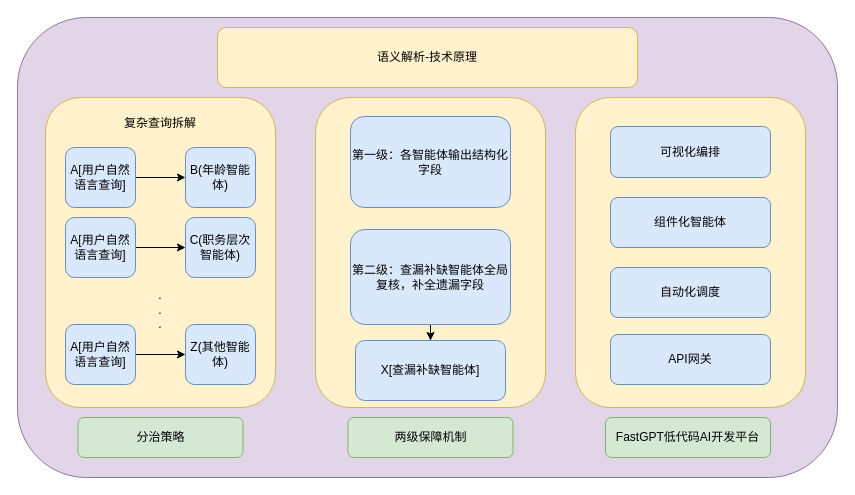
dongtianshuo/dongtianshuo5 keeps this draw.io diagram as ppt1.drawio. Above is the earlier version. Source tidied: cells renumbered, new cells numbered last; positions are measured from the earlier drawing's top-left corner, leaving out a move shared by most shapes. Both pictures are drawn from the tidied source at 100%, with x=0, y=0 at pixel (17, 17).
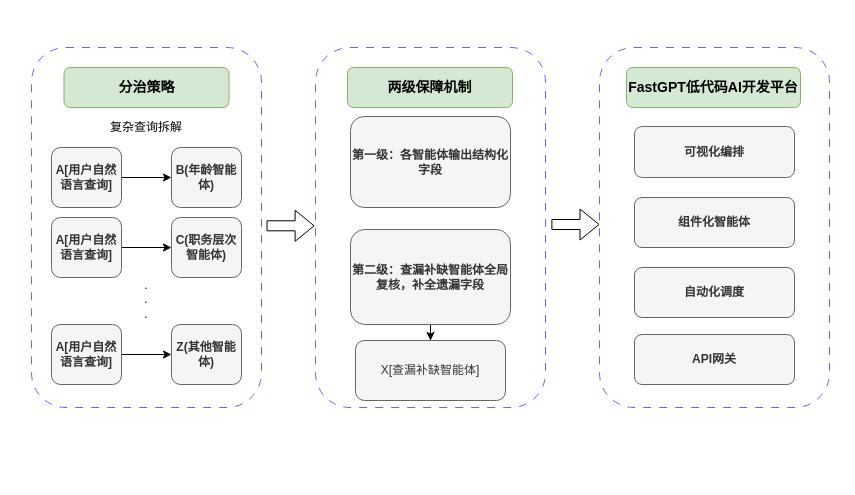
The same diagram, later.

The edit, as a diff of the source:
```diff
@@
-    <mxCell id="2" style="rounded=1;whiteSpace=wrap;html=1;fillColor=#e1d5e7;strokeColor=#9673a6;" parent="1" vertex="1">
-      <mxGeometry width="820" height="460" as="geometry" />
-    </mxCell>
-    <mxCell id="3" value="&lt;div&gt;复杂查询拆解&lt;/div&gt;&lt;div&gt;&lt;br&gt;&lt;/div&gt;&lt;div&gt;&lt;br&gt;&lt;/div&gt;&lt;div&gt;&lt;br&gt;&lt;/div&gt;&lt;div&gt;&lt;br&gt;&lt;/div&gt;&lt;div&gt;&lt;br&gt;&lt;/div&gt;&lt;div&gt;&lt;br&gt;&lt;/div&gt;&lt;div&gt;&lt;br&gt;&lt;/div&gt;&lt;div&gt;&lt;br&gt;&lt;/div&gt;&lt;div&gt;&lt;br&gt;&lt;/div&gt;&lt;div&gt;&lt;br&gt;&lt;/div&gt;&lt;div&gt;&lt;br&gt;&lt;/div&gt;&lt;div&gt;.&lt;/div&gt;&lt;div&gt;.&lt;/div&gt;&lt;div&gt;.&lt;/div&gt;&lt;div&gt;&lt;br&gt;&lt;/div&gt;&lt;div&gt;&lt;br&gt;&lt;/div&gt;&lt;div&gt;&lt;br&gt;&lt;/div&gt;&lt;div&gt;&lt;br&gt;&lt;/div&gt;" style="rounded=1;whiteSpace=wrap;html=1;fillColor=#fff2cc;strokeColor=#d6b656;" parent="1" vertex="1">
-      <mxGeometry x="28" y="80" width="230" height="310" as="geometry" />
+    <mxCell id="3" value="&lt;div&gt;复杂查询拆解&lt;/div&gt;&lt;div&gt;&lt;br&gt;&lt;/div&gt;&lt;div&gt;&lt;br&gt;&lt;/div&gt;&lt;div&gt;&lt;br&gt;&lt;/div&gt;&lt;div&gt;&lt;br&gt;&lt;/div&gt;&lt;div&gt;&lt;br&gt;&lt;/div&gt;&lt;div&gt;&lt;br&gt;&lt;/div&gt;&lt;div&gt;&lt;br&gt;&lt;/div&gt;&lt;div&gt;&lt;br&gt;&lt;/div&gt;&lt;div&gt;&lt;br&gt;&lt;/div&gt;&lt;div&gt;&lt;br&gt;&lt;/div&gt;&lt;div&gt;.&lt;/div&gt;&lt;div&gt;.&lt;/div&gt;&lt;div&gt;.&lt;/div&gt;&lt;div&gt;&lt;br&gt;&lt;/div&gt;" style="rounded=1;whiteSpace=wrap;html=1;fillColor=none;strokeColor=#6666FF;dashed=1;dashPattern=8 8;" parent="1" vertex="1">
+      <mxGeometry x="14" y="30" width="230" height="360" as="geometry" />
     </mxCell>
@@
-    <mxCell id="5" value="A[用户自然语言查询]" style="rounded=1;whiteSpace=wrap;html=1;fillColor=#dae8fc;strokeColor=#6c8ebf;" parent="1" vertex="1">
-      <mxGeometry x="48" y="130" width="70" height="60" as="geometry" />
+    <mxCell id="5" value="&lt;b&gt;A[用户自然语言查询]&lt;/b&gt;" style="rounded=1;whiteSpace=wrap;html=1;fillColor=#f5f5f5;strokeColor=#666666;fontColor=#333333;" parent="1" vertex="1">
+      <mxGeometry x="34" y="130" width="70" height="60" as="geometry" />
     </mxCell>
-    <mxCell id="6" value="B(年龄智能体)" style="whiteSpace=wrap;html=1;rounded=1;fillColor=#dae8fc;strokeColor=#6c8ebf;" parent="1" vertex="1">
-      <mxGeometry x="168" y="130" width="70" height="60" as="geometry" />
+    <mxCell id="6" value="&lt;b&gt;B(年龄智能体)&lt;/b&gt;" style="whiteSpace=wrap;html=1;rounded=1;fillColor=#f5f5f5;strokeColor=#666666;fontColor=#333333;" parent="1" vertex="1">
+      <mxGeometry x="154" y="130" width="70" height="60" as="geometry" />
     </mxCell>
@@
-    <mxCell id="8" value="A[用户自然语言查询]" style="rounded=1;whiteSpace=wrap;html=1;fillColor=#dae8fc;strokeColor=#6c8ebf;" parent="1" vertex="1">
-      <mxGeometry x="48" y="200" width="70" height="60" as="geometry" />
+    <mxCell id="8" value="&lt;b&gt;A[用户自然语言查询]&lt;/b&gt;" style="rounded=1;whiteSpace=wrap;html=1;fillColor=#f5f5f5;strokeColor=#666666;fontColor=#333333;" parent="1" vertex="1">
+      <mxGeometry x="34" y="200" width="70" height="60" as="geometry" />
     </mxCell>
-    <mxCell id="9" value="C(职务层次智能体)" style="whiteSpace=wrap;html=1;rounded=1;fillColor=#dae8fc;strokeColor=#6c8ebf;" parent="1" vertex="1">
-      <mxGeometry x="168" y="200" width="70" height="60" as="geometry" />
+    <mxCell id="9" value="&lt;b&gt;C(职务层次智能体)&lt;/b&gt;" style="whiteSpace=wrap;html=1;rounded=1;fillColor=#f5f5f5;strokeColor=#666666;fontColor=#333333;" parent="1" vertex="1">
+      <mxGeometry x="154" y="200" width="70" height="60" as="geometry" />
     </mxCell>
@@
-    <mxCell id="11" value="A[用户自然语言查询]" style="rounded=1;whiteSpace=wrap;html=1;fillColor=#dae8fc;strokeColor=#6c8ebf;" parent="1" vertex="1">
-      <mxGeometry x="48" y="307" width="70" height="60" as="geometry" />
+    <mxCell id="11" value="&lt;b&gt;A[用户自然语言查询]&lt;/b&gt;" style="rounded=1;whiteSpace=wrap;html=1;fillColor=#f5f5f5;strokeColor=#666666;fontColor=#333333;" parent="1" vertex="1">
+      <mxGeometry x="34" y="307" width="70" height="60" as="geometry" />
     </mxCell>
-    <mxCell id="12" value="Z(其他智能体)" style="whiteSpace=wrap;html=1;rounded=1;fillColor=#dae8fc;strokeColor=#6c8ebf;" parent="1" vertex="1">
-      <mxGeometry x="168" y="307" width="70" height="60" as="geometry" />
+    <mxCell id="12" value="&lt;b&gt;Z(其他智能体)&lt;/b&gt;" style="whiteSpace=wrap;html=1;rounded=1;fillColor=#f5f5f5;strokeColor=#666666;fontColor=#333333;" parent="1" vertex="1">
+      <mxGeometry x="154" y="307" width="70" height="60" as="geometry" />
     </mxCell>
-    <mxCell id="13" value="语义解析-技术原理" style="rounded=1;whiteSpace=wrap;html=1;fillColor=#fff2cc;strokeColor=#d6b656;" parent="1" vertex="1">
-      <mxGeometry x="200" y="10" width="420" height="60" as="geometry" />
-    </mxCell>
-    <mxCell id="14" value="分治策略" style="rounded=1;whiteSpace=wrap;html=1;fillColor=#d5e8d4;strokeColor=#82b366;" parent="1" vertex="1">
-      <mxGeometry x="60.5" y="400" width="165" height="40" as="geometry" />
+    <mxCell id="14" value="&lt;b&gt;&lt;font style=&quot;font-size: 14px;&quot;&gt;分治策略&lt;/font&gt;&lt;/b&gt;" style="rounded=1;whiteSpace=wrap;html=1;fillColor=#d5e8d4;strokeColor=#82b366;" parent="1" vertex="1">
+      <mxGeometry x="46.5" y="50" width="165" height="40" as="geometry" />
     </mxCell>
-    <mxCell id="15" style="rounded=1;whiteSpace=wrap;html=1;fillColor=#fff2cc;strokeColor=#d6b656;" parent="1" vertex="1">
-      <mxGeometry x="298" y="80" width="230" height="310" as="geometry" />
+    <mxCell id="15" style="rounded=1;whiteSpace=wrap;html=1;fillColor=none;strokeColor=#6666FF;dashed=1;dashPattern=8 8;" parent="1" vertex="1">
+      <mxGeometry x="298" y="30" width="230" height="360" as="geometry" />
     </mxCell>
-    <mxCell id="16" value="第一级：各智能体输出结构化字段" style="rounded=1;whiteSpace=wrap;html=1;fillColor=#dae8fc;strokeColor=#6c8ebf;" parent="1" vertex="1">
+    <mxCell id="16" value="&lt;b&gt;第一级：各智能体输出结构化字段&lt;/b&gt;" style="rounded=1;whiteSpace=wrap;html=1;fillColor=#f5f5f5;strokeColor=#666666;fontColor=#333333;" parent="1" vertex="1">
       <mxGeometry x="333" y="99" width="160" height="91" as="geometry" />
     </mxCell>
@@
-    <mxCell id="18" value="第二级：查漏补缺智能体全局复核，补全遗漏字段" style="rounded=1;whiteSpace=wrap;html=1;fillColor=#dae8fc;strokeColor=#6c8ebf;" parent="1" vertex="1">
+    <mxCell id="18" value="&lt;b&gt;第二级：查漏补缺智能体全局复核，补全遗漏字段&lt;/b&gt;" style="rounded=1;whiteSpace=wrap;html=1;fillColor=#f5f5f5;strokeColor=#666666;fontColor=#333333;" parent="1" vertex="1">
       <mxGeometry x="333" y="212" width="160" height="95" as="geometry" />
     </mxCell>
-    <mxCell id="19" value="X[查漏补缺智能体]" style="whiteSpace=wrap;html=1;rounded=1;fillColor=#dae8fc;strokeColor=#6c8ebf;" parent="1" vertex="1">
+    <mxCell id="19" value="X[查漏补缺智能体]" style="whiteSpace=wrap;html=1;rounded=1;fillColor=#f5f5f5;strokeColor=#666666;fontColor=#333333;" parent="1" vertex="1">
       <mxGeometry x="338" y="323" width="150" height="60" as="geometry" />
     </mxCell>
-    <mxCell id="20" value="两级保障机制" style="rounded=1;whiteSpace=wrap;html=1;fillColor=#d5e8d4;strokeColor=#82b366;" parent="1" vertex="1">
-      <mxGeometry x="330.5" y="400" width="165" height="40" as="geometry" />
+    <mxCell id="20" value="&lt;b&gt;&lt;font style=&quot;font-size: 14px;&quot;&gt;两级保障机制&lt;/font&gt;&lt;/b&gt;" style="rounded=1;whiteSpace=wrap;html=1;fillColor=#d5e8d4;strokeColor=#82b366;" parent="1" vertex="1">
+      <mxGeometry x="330" y="50" width="165" height="40" as="geometry" />
     </mxCell>
-    <mxCell id="21" style="rounded=1;whiteSpace=wrap;html=1;fillColor=#fff2cc;strokeColor=#d6b656;" parent="1" vertex="1">
-      <mxGeometry x="558" y="80" width="230" height="310" as="geometry" />
+    <mxCell id="21" style="rounded=1;whiteSpace=wrap;html=1;fillColor=none;strokeColor=#6666FF;dashed=1;dashPattern=8 8;" parent="1" vertex="1">
+      <mxGeometry x="582" y="30" width="230" height="360" as="geometry" />
     </mxCell>
-    <mxCell id="22" value="可视化编排" style="rounded=1;whiteSpace=wrap;html=1;fillColor=#dae8fc;strokeColor=#6c8ebf;" parent="1" vertex="1">
-      <mxGeometry x="593" y="109" width="160" height="51" as="geometry" />
+    <mxCell id="22" value="&lt;b&gt;可视化编排&lt;/b&gt;" style="rounded=1;whiteSpace=wrap;html=1;fillColor=#f5f5f5;strokeColor=#666666;fontColor=#333333;" parent="1" vertex="1">
+      <mxGeometry x="617" y="109" width="160" height="51" as="geometry" />
     </mxCell>
-    <mxCell id="23" value="组件化智能体" style="rounded=1;whiteSpace=wrap;html=1;fillColor=#dae8fc;strokeColor=#6c8ebf;" parent="1" vertex="1">
-      <mxGeometry x="593" y="180" width="160" height="50" as="geometry" />
+    <mxCell id="23" value="&lt;b&gt;组件化智能体&lt;/b&gt;" style="rounded=1;whiteSpace=wrap;html=1;fillColor=#f5f5f5;strokeColor=#666666;fontColor=#333333;" parent="1" vertex="1">
+      <mxGeometry x="617" y="180" width="160" height="50" as="geometry" />
     </mxCell>
-    <mxCell id="24" value="自动化调度" style="rounded=1;whiteSpace=wrap;html=1;fillColor=#dae8fc;strokeColor=#6c8ebf;" parent="1" vertex="1">
-      <mxGeometry x="593" y="250" width="160" height="50" as="geometry" />
+    <mxCell id="24" value="&lt;b&gt;自动化调度&lt;/b&gt;" style="rounded=1;whiteSpace=wrap;html=1;fillColor=#f5f5f5;fontColor=#333333;strokeColor=#666666;" parent="1" vertex="1">
+      <mxGeometry x="617" y="250" width="160" height="50" as="geometry" />
     </mxCell>
-    <mxCell id="25" value="API网关" style="rounded=1;whiteSpace=wrap;html=1;fillColor=#dae8fc;strokeColor=#6c8ebf;" parent="1" vertex="1">
-      <mxGeometry x="593" y="317" width="160" height="50" as="geometry" />
+    <mxCell id="25" value="&lt;b&gt;API网关&lt;/b&gt;" style="rounded=1;whiteSpace=wrap;html=1;fillColor=#f5f5f5;fontColor=#333333;strokeColor=#666666;" parent="1" vertex="1">
+      <mxGeometry x="617" y="317" width="160" height="50" as="geometry" />
     </mxCell>
-    <mxCell id="26" value="FastGPT低代码AI开发平台" style="rounded=1;whiteSpace=wrap;html=1;fillColor=#d5e8d4;strokeColor=#82b366;" parent="1" vertex="1">
-      <mxGeometry x="588" y="400" width="165" height="40" as="geometry" />
+    <mxCell id="26" value="&lt;b&gt;&lt;font style=&quot;font-size: 14px;&quot;&gt;FastGPT低代码AI开发平台&lt;/font&gt;&lt;/b&gt;" style="rounded=1;whiteSpace=wrap;html=1;fillColor=#d5e8d4;strokeColor=#82b366;" parent="1" vertex="1">
+      <mxGeometry x="609" y="50" width="174" height="40" as="geometry" />
     </mxCell>
+    <mxCell id="27" style="shape=flexArrow;endArrow=classic;html=1;rounded=0;" parent="1" edge="1">
+      <mxGeometry relative="1" as="geometry">
+        <mxPoint x="249" y="208.3" as="sourcePoint" />
+        <mxPoint x="297.1" y="208.3" as="targetPoint" />
+      </mxGeometry>
+    </mxCell>
+    <mxCell id="28" style="shape=flexArrow;endArrow=classic;html=1;rounded=0;" parent="1" edge="1">
+      <mxGeometry relative="1" as="geometry">
+        <mxPoint x="533.9" y="207" as="sourcePoint" />
+        <mxPoint x="582" y="207" as="targetPoint" />
+      </mxGeometry>
+    </mxCell>
```
